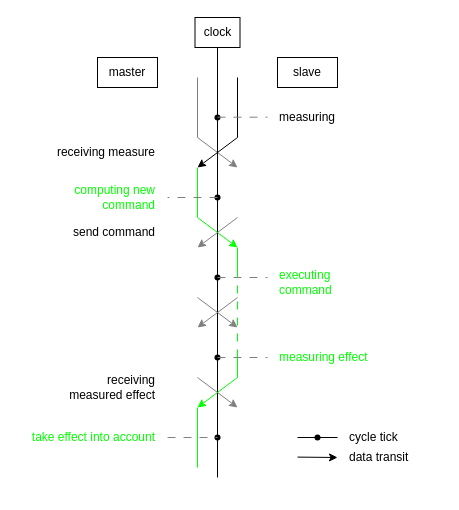
jimy-byerley/etherage keeps this draw.io diagram as page "cycle-delay" (13 of 13) of schemes.drawio. Above is the earlier version. Source tidied: cells renumbered, new cells numbered last; positions are measured from the earlier drawing's top-left corner, leaving out a move shared by most shapes. Both pictures are drawn from the tidied source at 100%, with x=0, y=0 at pixel (17, 17).
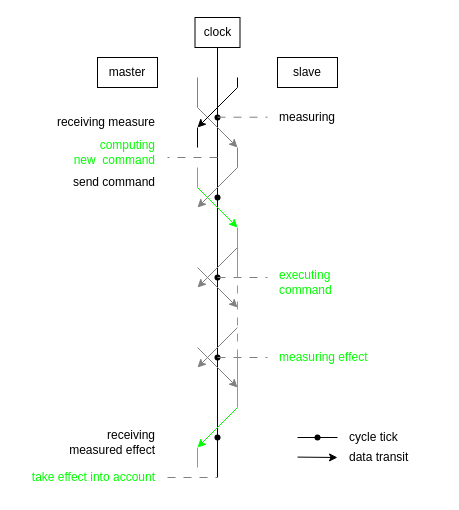
After the change.

The change refers to these unchanged cells:
```xml
<mxCell id="17" style="shape=waypoint;sketch=0;fillStyle=solid;size=6;points=[];fillColor=none;perimeter=centerPerimeter;snapToPoint=1;" parent="1" vertex="1">
  <mxGeometry x="190" y="410" width="20" height="20" as="geometry" />
</mxCell>
```

What changed in the source:
```diff
@@
     <mxCell id="8" style="endArrow=classic;html=1;rounded=0;strokeColor=#808080;" parent="1" edge="1">
       <mxGeometry relative="1" as="geometry">
         <mxPoint x="180" y="60" as="sourcePoint" />
-        <mxPoint x="220" y="150" as="targetPoint" />
+        <mxPoint x="220" y="130" as="targetPoint" />
         <Array as="points">
-          <mxPoint x="180" y="120" />
+          <mxPoint x="180" y="90" />
         </Array>
       </mxGeometry>
     </mxCell>
     <mxCell id="9" style="endArrow=classic;html=1;rounded=0;" parent="1" edge="1">
       <mxGeometry relative="1" as="geometry">
         <mxPoint x="220" y="60" as="sourcePoint" />
-        <mxPoint x="180" y="150" as="targetPoint" />
+        <mxPoint x="180" y="110" as="targetPoint" />
         <Array as="points">
-          <mxPoint x="220" y="120" />
+          <mxPoint x="220" y="70" />
         </Array>
       </mxGeometry>
     </mxCell>
     <mxCell id="10" style="endArrow=classic;html=1;rounded=0;strokeColor=#00FF00;fontColor=#00FF00;" parent="1" edge="1">
       <mxGeometry relative="1" as="geometry">
         <mxPoint x="180" y="150" as="sourcePoint" />
-        <mxPoint x="220" y="230" as="targetPoint" />
+        <mxPoint x="220" y="210" as="targetPoint" />
         <Array as="points">
-          <mxPoint x="180" y="200" />
+          <mxPoint x="180" y="170" />
         </Array>
       </mxGeometry>
     </mxCell>
     <mxCell id="11" value="receiving measure" style="text;html=1;align=right;verticalAlign=middle;whiteSpace=wrap;rounded=0;" parent="1" vertex="1">
-      <mxGeometry x="30" y="120" width="110" height="30" as="geometry" />
+      <mxGeometry x="30" y="90" width="110" height="30" as="geometry" />
     </mxCell>
     <mxCell id="12" value="send command" style="text;html=1;align=right;verticalAlign=middle;whiteSpace=wrap;rounded=0;" parent="1" vertex="1">
-      <mxGeometry x="20" y="200" width="120" height="30" as="geometry" />
+      <mxGeometry x="20" y="150" width="120" height="30" as="geometry" />
     </mxCell>
-    <mxCell id="13" value="computing new command" style="text;html=1;align=right;verticalAlign=middle;whiteSpace=wrap;rounded=0;fontColor=#00FF00;" parent="1" vertex="1">
-      <mxGeometry x="30" y="165" width="110" height="30" as="geometry" />
+    <mxCell id="13" value="computing new&amp;nbsp;&amp;nbsp;&lt;span style=&quot;background-color: initial;&quot;&gt;command&lt;/span&gt;" style="text;html=1;align=right;verticalAlign=middle;whiteSpace=wrap;rounded=0;fontColor=#00FF00;" parent="1" vertex="1">
+      <mxGeometry x="50" y="115" width="90" height="40" as="geometry" />
     </mxCell>
@@
     <mxCell id="21" value="take effect into account" style="text;html=1;align=right;verticalAlign=middle;whiteSpace=wrap;rounded=0;fontColor=#00FF00;" parent="1" vertex="1">
-      <mxGeometry y="405" width="140" height="30" as="geometry" />
+      <mxGeometry y="445" width="140" height="30" as="geometry" />
     </mxCell>
     <mxCell id="22" value="receiving measured effect" style="text;html=1;align=right;verticalAlign=middle;whiteSpace=wrap;rounded=0;" parent="1" vertex="1">
-      <mxGeometry x="40" y="355" width="100" height="30" as="geometry" />
+      <mxGeometry x="40" y="410" width="100" height="30" as="geometry" />
     </mxCell>
     <mxCell id="23" style="endArrow=classic;html=1;rounded=0;fontColor=#00FF00;strokeColor=#00FF00;" parent="1" edge="1">
       <mxGeometry relative="1" as="geometry">
         <mxPoint x="220" y="340" as="sourcePoint" />
-        <mxPoint x="180" y="390" as="targetPoint" />
+        <mxPoint x="180" y="430" as="targetPoint" />
         <Array as="points">
-          <mxPoint x="220" y="360" />
+          <mxPoint x="220" y="390" />
         </Array>
       </mxGeometry>
     </mxCell>
     <mxCell id="24" style="endArrow=classic;html=1;rounded=0;strokeColor=#808080;" parent="1" edge="1">
       <mxGeometry relative="1" as="geometry">
-        <mxPoint x="220" y="280" as="sourcePoint" />
-        <mxPoint x="180" y="310" as="targetPoint" />
+        <mxPoint x="220" y="310" as="sourcePoint" />
+        <mxPoint x="180" y="350" as="targetPoint" />
       </mxGeometry>
     </mxCell>
     <mxCell id="25" style="endArrow=classic;html=1;rounded=0;strokeColor=#808080;" parent="1" edge="1">
       <mxGeometry relative="1" as="geometry">
-        <mxPoint x="180" y="280" as="sourcePoint" />
-        <mxPoint x="220" y="310" as="targetPoint" />
+        <mxPoint x="180" y="250" as="sourcePoint" />
+        <mxPoint x="220" y="290" as="targetPoint" />
       </mxGeometry>
     </mxCell>
     <mxCell id="26" style="endArrow=classic;html=1;rounded=0;strokeColor=#808080;" parent="1" edge="1">
       <mxGeometry relative="1" as="geometry">
-        <mxPoint x="180" y="360" as="sourcePoint" />
-        <mxPoint x="220" y="390" as="targetPoint" />
+        <mxPoint x="180" y="330" as="sourcePoint" />
+        <mxPoint x="220" y="370" as="targetPoint" />
       </mxGeometry>
     </mxCell>
     <mxCell id="27" style="endArrow=none;html=1;rounded=0;strokeColor=#00FF00;fontColor=#00FF00;" parent="1" edge="1">
       <mxGeometry relative="1" as="geometry">
         <mxPoint x="180" y="450" as="sourcePoint" />
-        <mxPoint x="180" y="390" as="targetPoint" />
+        <mxPoint x="180" y="430" as="targetPoint" />
       </mxGeometry>
     </mxCell>
     <mxCell id="28" style="endArrow=classic;html=1;rounded=0;strokeColor=#808080;" parent="1" edge="1">
       <mxGeometry relative="1" as="geometry">
-        <mxPoint x="220" y="200" as="sourcePoint" />
-        <mxPoint x="180" y="230" as="targetPoint" />
+        <mxPoint x="220" y="130" as="sourcePoint" />
+        <mxPoint x="180" y="190" as="targetPoint" />
+        <Array as="points">
+          <mxPoint x="220" y="150" />
+        </Array>
       </mxGeometry>
     </mxCell>
     <mxCell id="29" style="endArrow=none;html=1;rounded=0;dashed=1;dashPattern=8 8;strokeColor=#808080;" parent="1" edge="1">
       <mxGeometry relative="1" as="geometry">
-        <mxPoint x="200" y="180" as="sourcePoint" />
-        <mxPoint x="150" y="180" as="targetPoint" />
+        <mxPoint x="200" y="140" as="sourcePoint" />
+        <mxPoint x="150" y="140" as="targetPoint" />
       </mxGeometry>
     </mxCell>
@@
-    <mxCell id="32" style="endArrow=none;html=1;rounded=0;dashed=1;dashPattern=8 8;strokeColor=#808080;" parent="1" edge="1" target="17">
+    <mxCell id="32" style="endArrow=none;html=1;rounded=0;dashed=1;dashPattern=8 8;strokeColor=#808080;" parent="1" edge="1">
       <mxGeometry relative="1" as="geometry">
-        <mxPoint x="150" y="420" as="sourcePoint" />
+        <mxPoint x="150" y="460" as="sourcePoint" />
+        <mxPoint x="200" y="460" as="targetPoint" />
       </mxGeometry>
     </mxCell>
@@
     <mxCell id="35" style="endArrow=none;html=1;rounded=0;strokeColor=#00FF00;" parent="1" edge="1">
       <mxGeometry relative="1" as="geometry">
         <mxPoint x="220" y="260" as="sourcePoint" />
-        <mxPoint x="220" y="230" as="targetPoint" />
+        <mxPoint x="220" y="210" as="targetPoint" />
       </mxGeometry>
     </mxCell>
@@
+    <mxCell id="45" style="endArrow=classic;html=1;rounded=0;strokeColor=#808080;" parent="1" edge="1">
+      <mxGeometry relative="1" as="geometry">
+        <mxPoint x="220" y="230" as="sourcePoint" />
+        <mxPoint x="180" y="270" as="targetPoint" />
+      </mxGeometry>
+    </mxCell>
+    <mxCell id="46" style="endArrow=none;html=1;rounded=0;" parent="1" edge="1">
+      <mxGeometry relative="1" as="geometry">
+        <mxPoint x="180" y="130" as="sourcePoint" />
+        <mxPoint x="180" y="110" as="targetPoint" />
+      </mxGeometry>
+    </mxCell>
```
